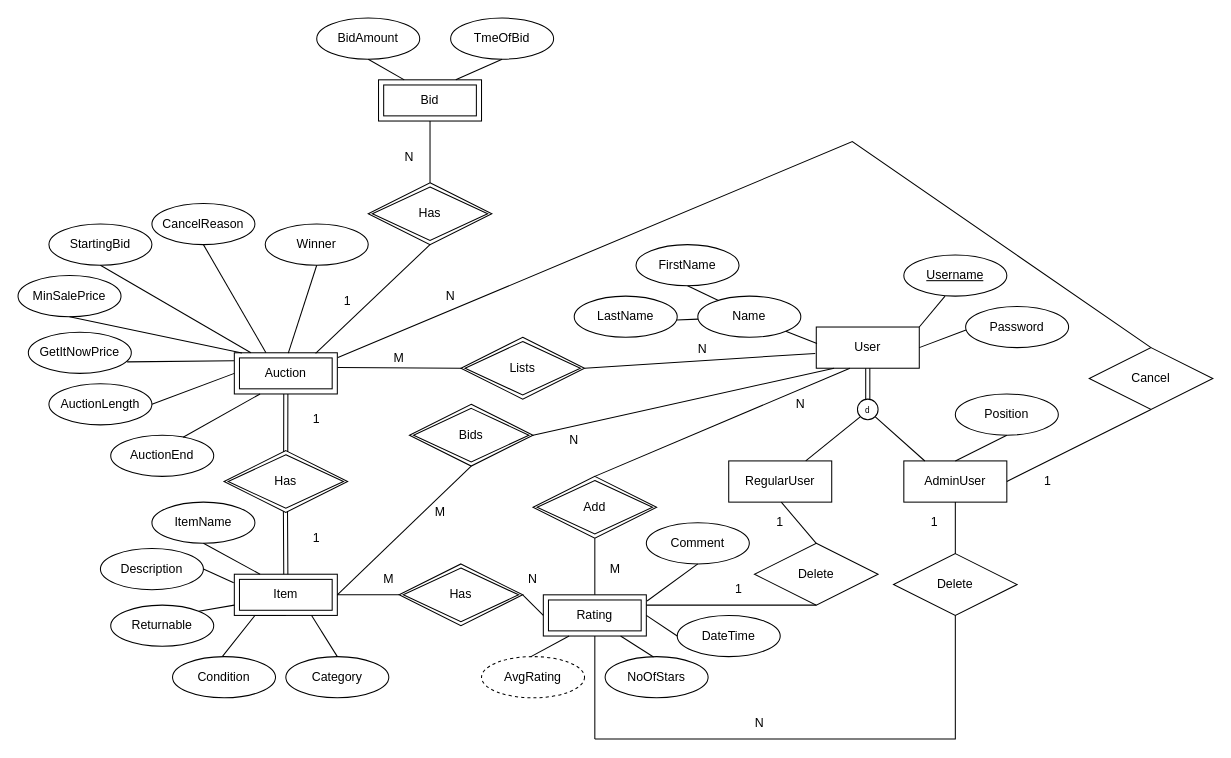
Above: Phase_1/EER/eer_jnaranjo9.drawio in leileili1010/Buzzbid (draw.io), before the change. Source tidied: cells renumbered, new cells numbered last; positions are measured from the earlier drawing's top-left corner, leaving out a move shared by most shapes. Both pictures are drawn from the tidied source at 103%, with x=0, y=0 at pixel (18, 18).
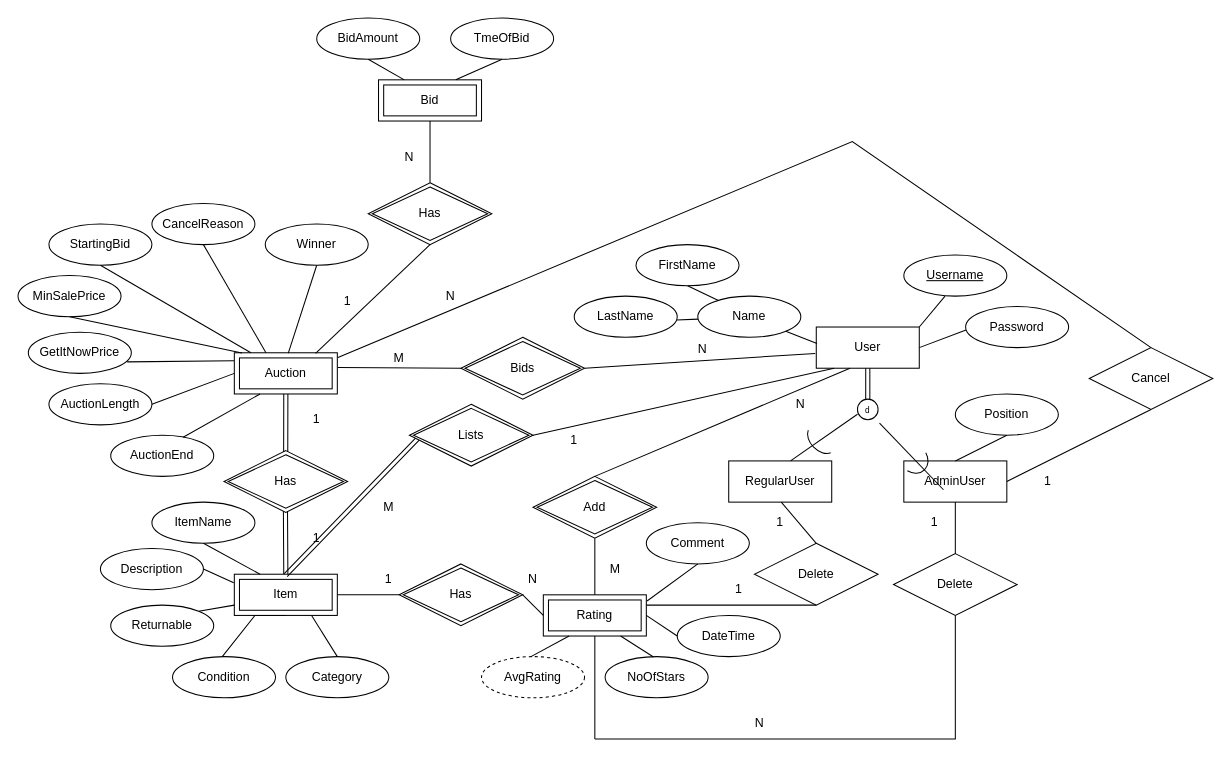
The same diagram, later.

Commit message (it also covers changes not shown here):
corrected typos

The change refers to these unchanged cells:
```xml
<mxCell id="3" value="AdminUser" style="whiteSpace=wrap;html=1;align=center;" parent="1" vertex="1">
  <mxGeometry x="860" y="430" width="100" height="40" as="geometry" />
</mxCell>
<mxCell id="4" value="RegularUser" style="whiteSpace=wrap;html=1;align=center;" parent="1" vertex="1">
  <mxGeometry x="690" y="430" width="100" height="40" as="geometry" />
</mxCell>
<mxCell id="6" value="&lt;font style=&quot;font-size: 8px;&quot;&gt;d&lt;/font&gt;" style="ellipse;whiteSpace=wrap;html=1;align=center;" parent="1" vertex="1">
  <mxGeometry x="815" y="370" width="20" height="20" as="geometry" />
</mxCell>
<mxCell id="27" value="Item" style="shape=ext;margin=3;double=1;whiteSpace=wrap;html=1;align=center;" parent="1" vertex="1">
  <mxGeometry x="210" y="540" width="100" height="40" as="geometry" />
</mxCell>
```

Diff of the diagram source:
```diff
@@
-    <mxCell id="7" style="endArrow=none;html=1;rounded=0;entryX=0;entryY=1;entryDx=0;entryDy=0;" parent="1" edge="1" source="4" target="6">
-      <mxGeometry relative="1" as="geometry" />
-    </mxCell>
-    <mxCell id="8" style="endArrow=none;html=1;rounded=0;exitX=0.204;exitY=0.002;exitDx=0;exitDy=0;exitPerimeter=0;entryX=1;entryY=1;entryDx=0;entryDy=0;" parent="1" edge="1" source="3" target="6">
-      <mxGeometry relative="1" as="geometry" />
-    </mxCell>
@@
-    <mxCell id="28" value="Lists" style="shape=rhombus;double=1;perimeter=rhombusPerimeter;whiteSpace=wrap;html=1;align=center;" parent="1" vertex="1">
+    <mxCell id="28" value="Bids" style="shape=rhombus;double=1;perimeter=rhombusPerimeter;whiteSpace=wrap;html=1;align=center;" parent="1" vertex="1">
       <mxGeometry x="430" y="310" width="120" height="60" as="geometry" />
     </mxCell>
@@
-    <mxCell id="33" style="endArrow=none;html=1;rounded=0;exitX=1;exitY=0.5;exitDx=0;exitDy=0;entryX=0.5;entryY=1;entryDx=0;entryDy=0;" parent="1" edge="1" source="27" target="65">
+    <mxCell id="33" style="shape=link;html=1;rounded=0;entryX=0.075;entryY=0.542;entryDx=0;entryDy=0;exitX=0.499;exitY=0.021;exitDx=0;exitDy=0;exitPerimeter=0;entryPerimeter=0;" parent="1" edge="1" source="27" target="65">
       <mxGeometry relative="1" as="geometry" />
     </mxCell>
@@
-    <mxCell id="35" value="N" style="text;html=1;strokeColor=none;fillColor=none;align=center;verticalAlign=middle;whiteSpace=wrap;rounded=0;" parent="1" vertex="1">
+    <mxCell id="35" value="1" style="text;html=1;strokeColor=none;fillColor=none;align=center;verticalAlign=middle;whiteSpace=wrap;rounded=0;" parent="1" vertex="1">
       <mxGeometry x="510" y="395" width="60" height="30" as="geometry" />
     </mxCell>
     <mxCell id="36" value="M" style="text;html=1;strokeColor=none;fillColor=none;align=center;verticalAlign=middle;whiteSpace=wrap;rounded=0;" parent="1" vertex="1">
-      <mxGeometry x="380" y="465" width="60" height="30" as="geometry" />
+      <mxGeometry x="330" y="460" width="60" height="30" as="geometry" />
     </mxCell>
@@
-    <mxCell id="65" value="Bids" style="shape=rhombus;double=1;perimeter=rhombusPerimeter;whiteSpace=wrap;html=1;align=center;" parent="1" vertex="1">
+    <mxCell id="65" value="Lists" style="shape=rhombus;double=1;perimeter=rhombusPerimeter;whiteSpace=wrap;html=1;align=center;" parent="1" vertex="1">
       <mxGeometry x="380" y="375" width="120" height="60" as="geometry" />
     </mxCell>
@@
-    <mxCell id="92" value="M" style="text;html=1;strokeColor=none;fillColor=none;align=center;verticalAlign=middle;whiteSpace=wrap;rounded=0;" parent="1" vertex="1">
+    <mxCell id="92" value="1" style="text;html=1;strokeColor=none;fillColor=none;align=center;verticalAlign=middle;whiteSpace=wrap;rounded=0;" parent="1" vertex="1">
       <mxGeometry x="330" y="530" width="60" height="30" as="geometry" />
     </mxCell>
@@
+    <mxCell id="107" style="group;" parent="1" vertex="1">
+      <mxGeometry x="750" y="384.7" width="65" height="45.3" as="geometry" />
+    </mxCell>
+    <mxCell id="108" style="verticalLabelPosition=bottom;verticalAlign=top;html=1;shape=mxgraph.basic.arc;startAngle=0.3;endAngle=0.7021571216913014;rotation=45;" parent="107" vertex="1">
+      <mxGeometry x="14.3" y="12.7" width="32.5" height="22.7" as="geometry" />
+    </mxCell>
+    <mxCell id="109" style="endArrow=none;html=1;rounded=0;" parent="107" edge="1">
+      <mxGeometry relative="1" as="geometry">
+        <mxPoint y="45.3" as="sourcePoint" />
+        <mxPoint x="65" as="targetPoint" />
+      </mxGeometry>
+    </mxCell>
+    <mxCell id="110" style="group;rotation=-90;" parent="1" vertex="1">
+      <mxGeometry x="844.9" y="370.1" width="52.6" height="62.6" as="geometry" />
+    </mxCell>
+    <mxCell id="111" style="verticalLabelPosition=bottom;verticalAlign=top;html=1;shape=mxgraph.basic.arc;startAngle=0.3;endAngle=0.7021571216913014;rotation=-45;" parent="110" vertex="1">
+      <mxGeometry x="11" y="41.7" width="26.3" height="31.3" as="geometry" />
+    </mxCell>
+    <mxCell id="112" style="endArrow=none;html=1;rounded=0;" parent="110" edge="1">
+      <mxGeometry relative="1" as="geometry">
+        <mxPoint x="53.6" y="87.9" as="sourcePoint" />
+        <mxPoint x="-8.5" y="23.2" as="targetPoint" />
+      </mxGeometry>
+    </mxCell>
```
